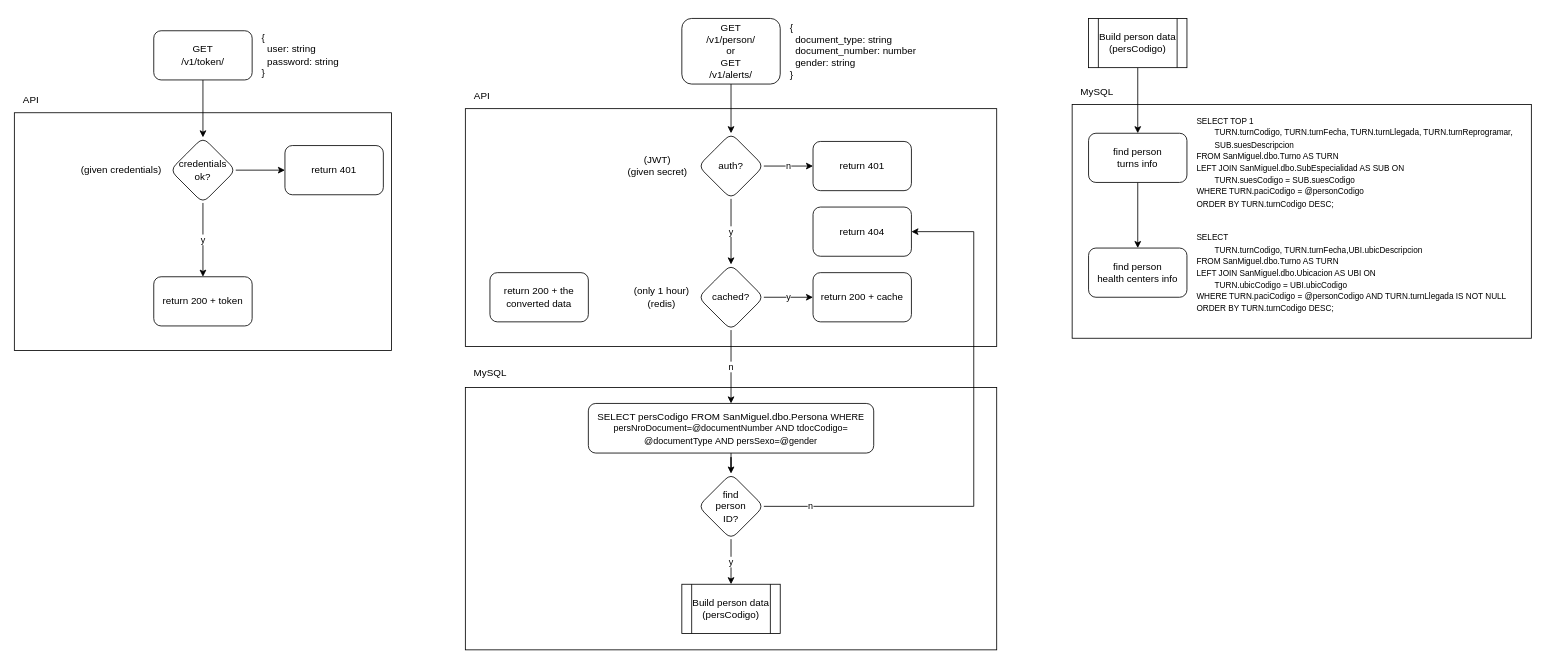
The draw.io diagram diagrams/api.drawio in juanikitro/API_HistoriaClinica_ts-deprecated-, before the edit. Source tidied: cells renumbered, new cells numbered last; positions are measured from the earlier drawing's top-left corner, leaving out a move shared by most shapes. Both pictures are drawn from the tidied source at 82%, with x=0, y=0 at pixel (14, 14).
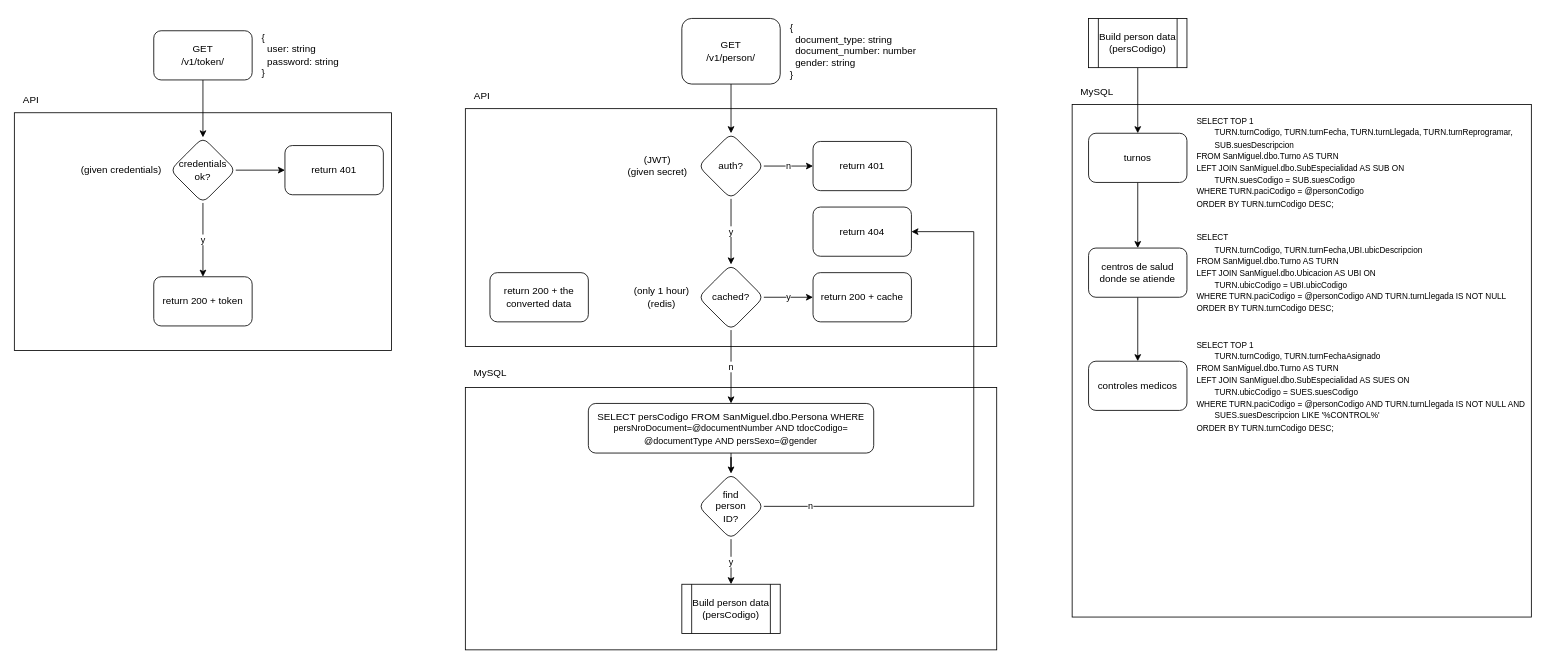
The same page after the edit.

The edit, as a diff of the source:
```diff
@@
     <mxCell id="2" style="rounded=0;whiteSpace=wrap;html=1;" parent="1" vertex="1">
-      <mxGeometry x="1290" y="110" width="560" height="285" as="geometry" />
+      <mxGeometry x="1290" y="110" width="560" height="625" as="geometry" />
     </mxCell>
@@
-    <mxCell id="8" value="GET&lt;br&gt;/v1/person/&lt;br&gt;or&lt;br&gt;GET&lt;br&gt;/v1/alerts/" style="rounded=1;whiteSpace=wrap;html=1;" parent="1" vertex="1">
+    <mxCell id="8" value="GET&lt;br&gt;/v1/person/" style="rounded=1;whiteSpace=wrap;html=1;" parent="1" vertex="1">
       <mxGeometry x="814" y="5" width="120" height="80" as="geometry" />
     </mxCell>
@@
-    <mxCell id="44" value="find person&lt;br&gt;turns info" style="rounded=1;whiteSpace=wrap;html=1;" parent="1" vertex="1">
+    <mxCell id="44" value="turnos" style="rounded=1;whiteSpace=wrap;html=1;" parent="1" vertex="1">
       <mxGeometry x="1310" y="145" width="120" height="60" as="geometry" />
     </mxCell>
+    <mxCell id="47" style="edgeStyle=orthogonalEdgeStyle;rounded=0;jettySize=auto;html=1;" parent="1" edge="1" source="45" target="48">
+      <mxGeometry relative="1" as="geometry" />
+    </mxCell>
-    <mxCell id="45" value="find person&lt;br&gt;health centers info" style="rounded=1;whiteSpace=wrap;html=1;" parent="1" vertex="1">
+    <mxCell id="45" value="centros de salud donde se atiende" style="rounded=1;whiteSpace=wrap;html=1;" parent="1" vertex="1">
       <mxGeometry x="1310" y="285" width="120" height="60" as="geometry" />
     </mxCell>
@@
+    <mxCell id="48" value="controles medicos" style="rounded=1;whiteSpace=wrap;html=1;" parent="1" vertex="1">
+      <mxGeometry x="1310" y="423" width="120" height="60" as="geometry" />
+    </mxCell>
+    <mxCell id="49" value="&lt;font style=&quot;font-size: 10px;&quot;&gt;SELECT TOP 1&lt;br&gt;&lt;span style=&quot;white-space: pre;&quot;&gt;&#9;&lt;/span&gt;TURN.turnCodigo, TURN.turnFechaAsignado&lt;br&gt;FROM SanMiguel.dbo.Turno AS TURN &lt;br&gt;LEFT JOIN SanMiguel.dbo.SubEspecialidad AS SUES ON &lt;br&gt;&lt;span style=&quot;white-space: pre;&quot;&gt;&#9;&lt;/span&gt;TURN.ubicCodigo = SUES.suesCodigo&lt;br&gt;WHERE TURN.paciCodigo = @personCodigo AND TURN.turnLlegada IS NOT NULL AND&lt;br&gt;&lt;span style=&quot;white-space: pre;&quot;&gt;&#9;&lt;/span&gt;SUES.suesDescripcion LIKE '%CONTROL%'&lt;br&gt;ORDER BY TURN.turnCodigo DESC;&lt;/font&gt;" style="text;html=1;align=left;verticalAlign=middle;strokeColor=none;fillColor=none;" parent="1" vertex="1">
+      <mxGeometry x="1440" y="388" width="420" height="130" as="geometry" />
+    </mxCell>
```
